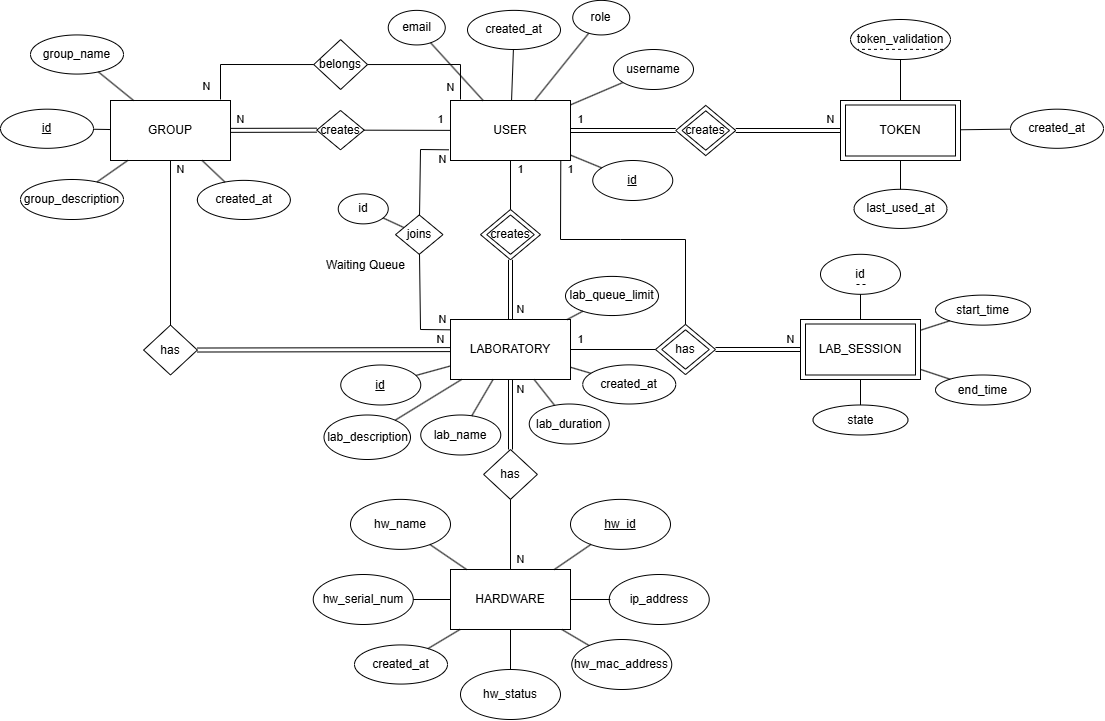
The draw.io diagram img/DB-diagrams/ERDiagramRL.drawio.png in isel-remote-lab/documentation, before a commit. Source tidied: cells renumbered, new cells last; positions are measured from the earlier drawing's top-left corner, leaving out a move shared by most shapes.
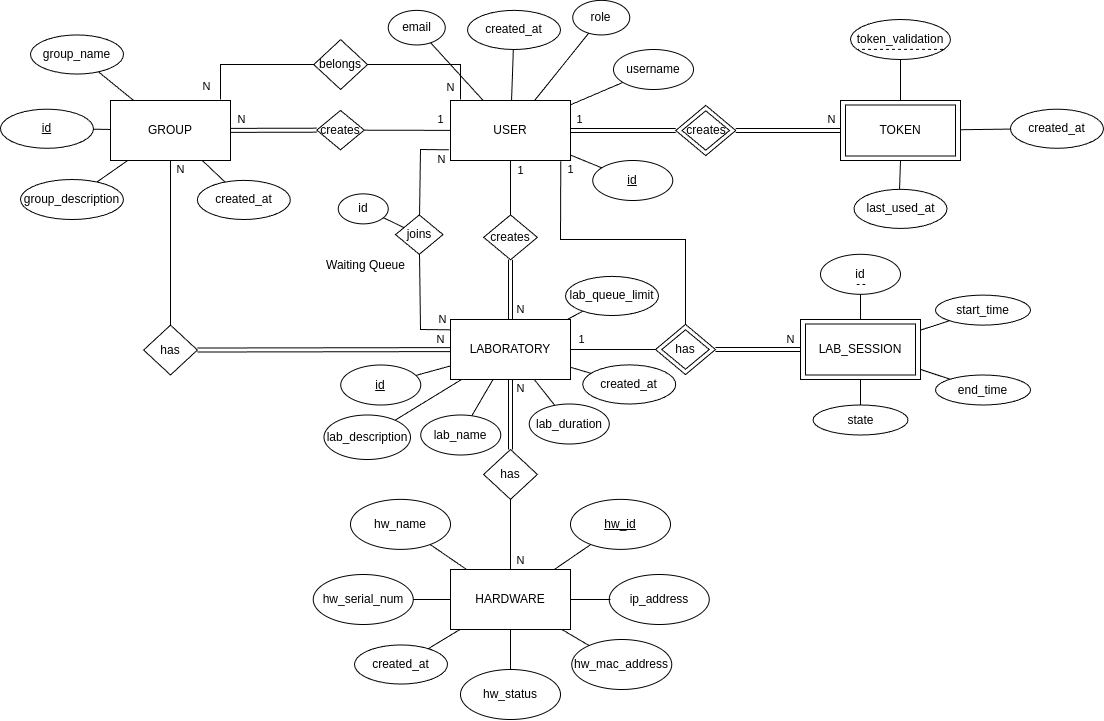
After the change.

Commit message:
Enhance database section with detailed descriptions of entities, relationships, and implementation details; update figure references in the report.

What changed in the source:
```diff
@@ -14,11 +14,8 @@
     <mxCell id="5" style="endArrow=none;html=1;rounded=0;" parent="1" edge="1" source="2" target="21">
       <mxGeometry relative="1" as="geometry" />
     </mxCell>
-    <mxCell id="6" value="creates" style="rhombus;whiteSpace=wrap;html=1;" parent="1" vertex="1">
-      <mxGeometry x="480" y="209" width="60" height="50.2" as="geometry" />
-    </mxCell>
     <mxCell id="7" value="creates" style="rhombus;whiteSpace=wrap;html=1;" parent="1" vertex="1">
-      <mxGeometry x="486.2" y="214.4" width="47.5" height="39.4" as="geometry" />
+      <mxGeometry x="483.1" y="214.4" width="53.8" height="44.8" as="geometry" />
     </mxCell>
     <mxCell id="8" value="LABORATORY" style="rounded=0;whiteSpace=wrap;html=1;" parent="1" vertex="1">
       <mxGeometry x="450" y="319" width="120" height="60" as="geometry" />
@@ -29,10 +26,10 @@
     <mxCell id="10" style="endArrow=none;html=1;rounded=0;" parent="1" edge="1" source="8" target="9">
       <mxGeometry relative="1" as="geometry" />
     </mxCell>
-    <mxCell id="11" value="1" style="endArrow=none;html=1;rounded=0;exitX=0.5;exitY=0;exitDx=0;exitDy=0;" parent="1" edge="1" source="6" target="2">
+    <mxCell id="11" value="1" style="endArrow=none;html=1;rounded=0;" parent="1" edge="1" source="7" target="2">
       <mxGeometry x="0.63" y="-10" relative="1" as="geometry" />
     </mxCell>
-    <mxCell id="12" value="N" style="shape=link;html=1;rounded=0;exitX=0.5;exitY=1;exitDx=0;exitDy=0;entryX=0.5;entryY=0;entryDx=0;entryDy=0;" parent="1" edge="1" source="6" target="8">
+    <mxCell id="12" value="N" style="shape=link;html=1;rounded=0;entryX=0.5;entryY=0;entryDx=0;entryDy=0;" parent="1" edge="1" source="7" target="8">
       <mxGeometry x="0.67" y="10" relative="1" as="geometry" />
     </mxCell>
     <mxCell id="13" value="&lt;span&gt;lab_name&lt;/span&gt;" style="ellipse;whiteSpace=wrap;html=1;fontStyle=0;" parent="1" vertex="1">
```
